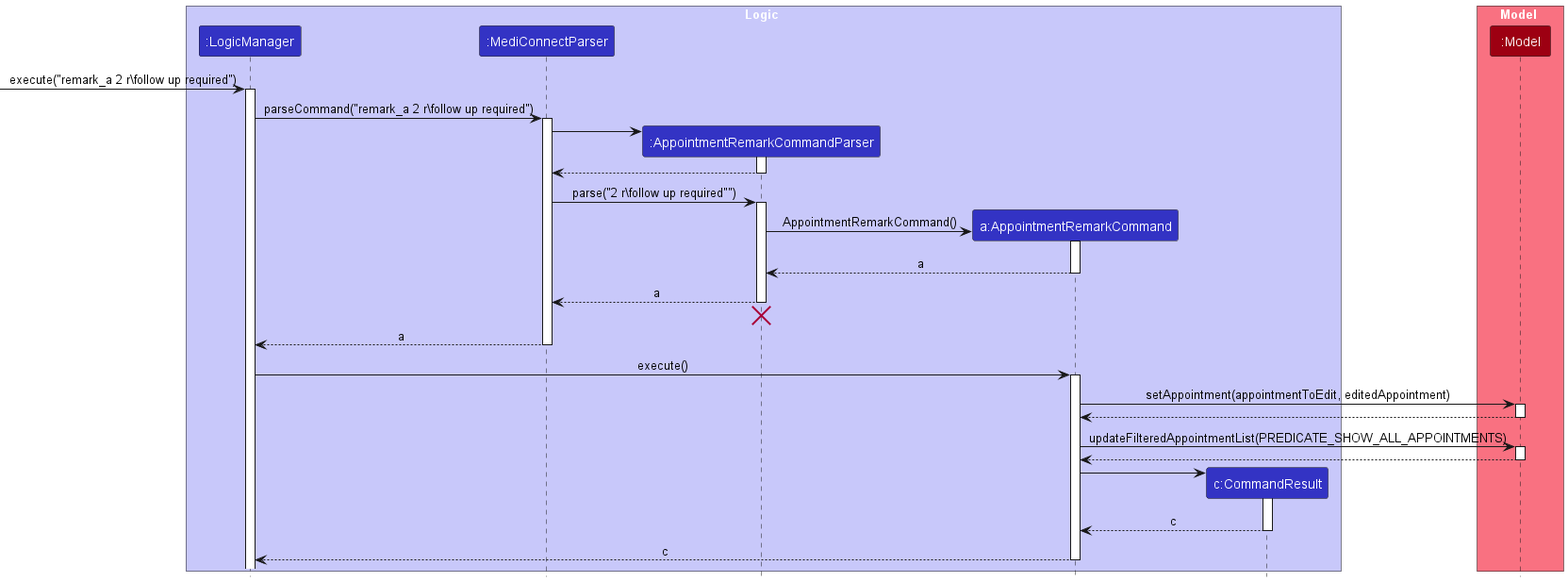
yanghengtang/tp keeps this PlantUML diagram as docs/images/EditRemarkSequenceDiagram.png. Above is the earlier version. Source of this version:
```plantuml
@startuml
!include ./style.puml
skinparam ArrowFontStyle plain

box Logic LOGIC_COLOR_T1
participant ":LogicManager" as LogicManager LOGIC_COLOR
participant ":MediConnectParser" as MediConnectParser LOGIC_COLOR
participant ":AppointmentRemarkCommandParser" as AppointmentRemarkCommandParser LOGIC_COLOR
participant "a:AppointmentRemarkCommand" as AppointmentRemarkCommand LOGIC_COLOR
participant "c:CommandResult" as CommandResult LOGIC_COLOR
end box

box Model MODEL_COLOR_T1
participant ":Model" as Model MODEL_COLOR
end box

[-> LogicManager : execute("remark_a 2 r\\follow up required")
activate LogicManager

LogicManager -> MediConnectParser : parseCommand("remark_a 2 r\\follow up required")
activate MediConnectParser

create AppointmentRemarkCommandParser
MediConnectParser -> AppointmentRemarkCommandParser
activate AppointmentRemarkCommandParser

AppointmentRemarkCommandParser --> MediConnectParser
deactivate AppointmentRemarkCommandParser

MediConnectParser -> AppointmentRemarkCommandParser : parse("2 r\\follow up required"")
activate AppointmentRemarkCommandParser

create AppointmentRemarkCommand
AppointmentRemarkCommandParser -> AppointmentRemarkCommand : AppointmentRemarkCommand()
activate AppointmentRemarkCommand

AppointmentRemarkCommand --> AppointmentRemarkCommandParser : a
deactivate AppointmentRemarkCommand

AppointmentRemarkCommandParser --> MediConnectParser : a
deactivate AppointmentRemarkCommandParser

AppointmentRemarkCommandParser -[hidden]-> MediConnectParser
destroy AppointmentRemarkCommandParser

MediConnectParser --> LogicManager : a
deactivate MediConnectParser

LogicManager -> AppointmentRemarkCommand : execute()
activate AppointmentRemarkCommand

AppointmentRemarkCommand -> Model : setAppointment(appointmentToEdit, editedAppointment)
activate Model

Model --> AppointmentRemarkCommand
deactivate Model

AppointmentRemarkCommand -> Model : updateFilteredAppointmentList(PREDICATE_SHOW_ALL_APPOINTMENTS)
activate Model

Model --> AppointmentRemarkCommand
deactivate Model

create CommandResult
AppointmentRemarkCommand -> CommandResult
activate CommandResult

CommandResult --> AppointmentRemarkCommand : c
deactivate CommandResult

AppointmentRemarkCommand --> LogicManager : c
deactivate AppointmentRemarkCommand
@enduml
```
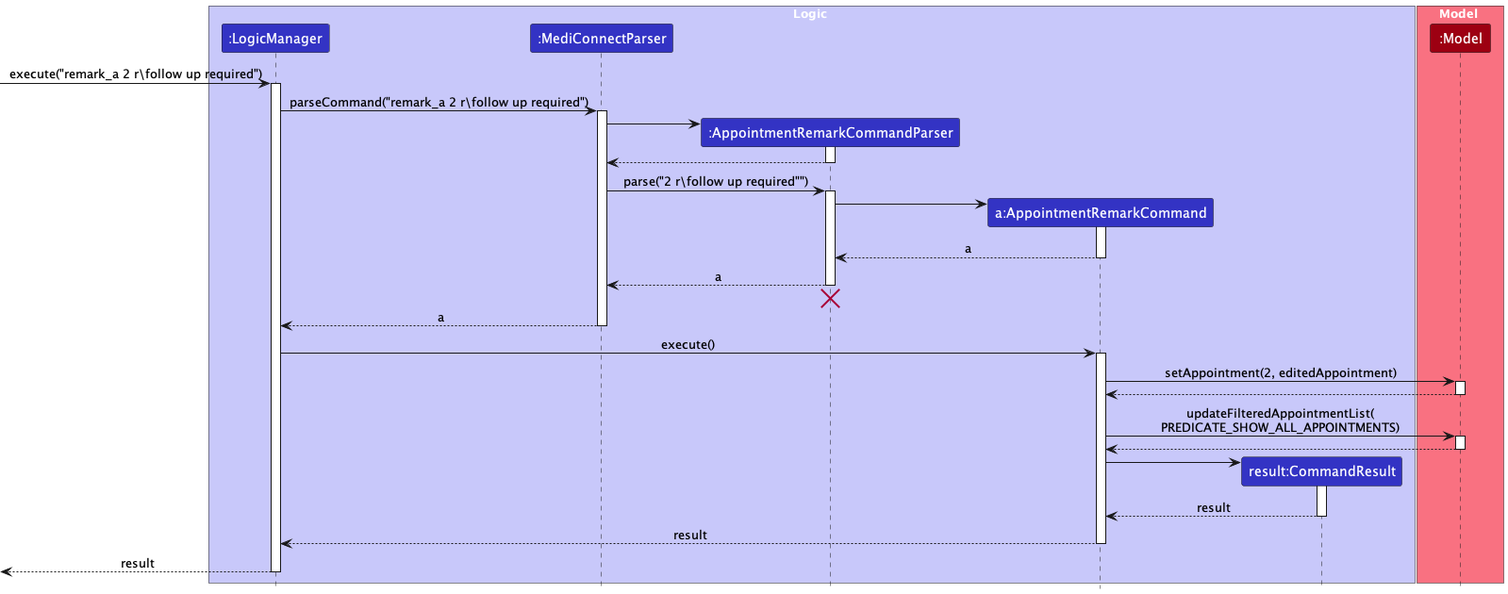
After the change.

What changed in the source:
```diff
@@ -7,7 +7,7 @@
 participant ":MediConnectParser" as MediConnectParser LOGIC_COLOR
 participant ":AppointmentRemarkCommandParser" as AppointmentRemarkCommandParser LOGIC_COLOR
 participant "a:AppointmentRemarkCommand" as AppointmentRemarkCommand LOGIC_COLOR
-participant "c:CommandResult" as CommandResult LOGIC_COLOR
+participant "result:CommandResult" as CommandResult LOGIC_COLOR
 end box
 
 box Model MODEL_COLOR_T1
@@ -31,7 +31,7 @@
 activate AppointmentRemarkCommandParser
 
 create AppointmentRemarkCommand
-AppointmentRemarkCommandParser -> AppointmentRemarkCommand : AppointmentRemarkCommand()
+AppointmentRemarkCommandParser -> AppointmentRemarkCommand
 activate AppointmentRemarkCommand
 
 AppointmentRemarkCommand --> AppointmentRemarkCommandParser : a
@@ -49,13 +49,13 @@
 LogicManager -> AppointmentRemarkCommand : execute()
 activate AppointmentRemarkCommand
 
-AppointmentRemarkCommand -> Model : setAppointment(appointmentToEdit, editedAppointment)
+AppointmentRemarkCommand -> Model : setAppointment(2, editedAppointment)
 activate Model
 
 Model --> AppointmentRemarkCommand
 deactivate Model
 
-AppointmentRemarkCommand -> Model : updateFilteredAppointmentList(PREDICATE_SHOW_ALL_APPOINTMENTS)
+AppointmentRemarkCommand -> Model : updateFilteredAppointmentList(\nPREDICATE_SHOW_ALL_APPOINTMENTS)
 activate Model
 
 Model --> AppointmentRemarkCommand
@@ -65,9 +65,12 @@
 AppointmentRemarkCommand -> CommandResult
 activate CommandResult
 
-CommandResult --> AppointmentRemarkCommand : c
+CommandResult --> AppointmentRemarkCommand : result
 deactivate CommandResult
 
-AppointmentRemarkCommand --> LogicManager : c
+AppointmentRemarkCommand --> LogicManager : result
 deactivate AppointmentRemarkCommand
+
+[<--LogicManager : result
+deactivate LogicManager
 @enduml
```
